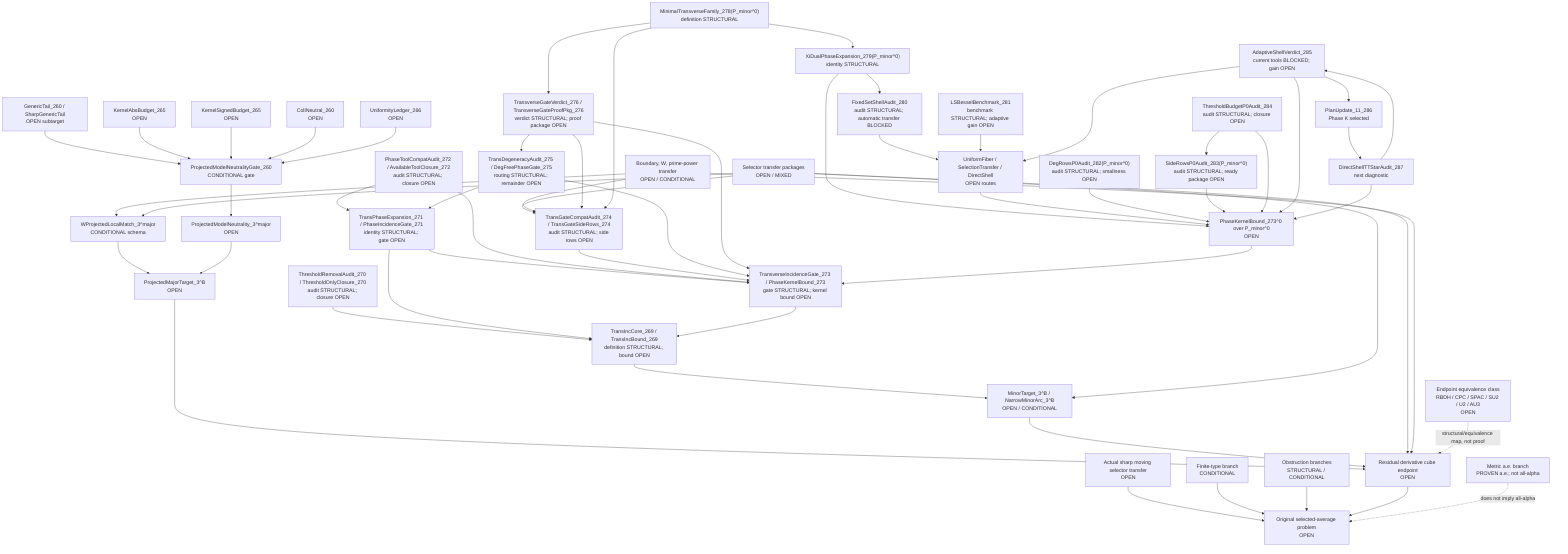
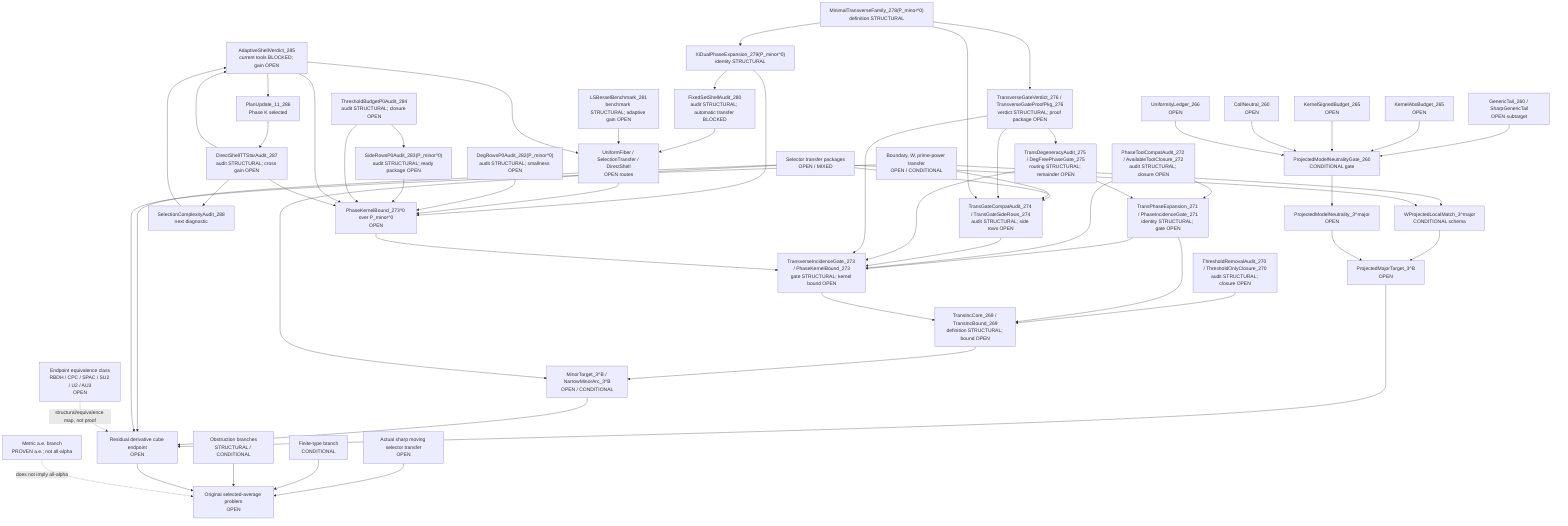
flowchart TD
  Original["Original selected-average problem<br/>OPEN"]
  SharpSel["Actual sharp moving selector transfer<br/>OPEN"]
  FiniteType["Finite-type branch<br/>CONDITIONAL"]
  Metric["Metric a.e. branch<br/>PROVEN a.e.; not all-alpha"]
  Obstruction["Obstruction branches<br/>STRUCTURAL / CONDITIONAL"]

  ResCube["Residual derivative cube endpoint<br/>OPEN"]
  MajorTarget["ProjectedMajorTarget_3^B<br/>OPEN"]
  MinorTarget["MinorTarget_3^B / NarrowMinorArc_3^B<br/>OPEN / CONDITIONAL"]
  TransInc["TransIncCore_269 / TransIncBound_269<br/>definition STRUCTURAL; bound OPEN"]
  ThresholdAudit["ThresholdRemovalAudit_270 / ThresholdOnlyClosure_270<br/>audit STRUCTURAL; closure OPEN"]
  PhaseExpansion["TransPhaseExpansion_271 / PhaseIncidenceGate_271<br/>identity STRUCTURAL; gate OPEN"]
  ToolCompat["PhaseToolCompatAudit_272 / AvailableToolClosure_272<br/>audit STRUCTURAL; closure OPEN"]
  TransGate["TransverseIncidenceGate_273 / PhaseKernelBound_273<br/>gate STRUCTURAL; kernel bound OPEN"]
  TransGateCompat["TransGateCompatAudit_274 / TransGateSideRows_274<br/>audit STRUCTURAL; side rows OPEN"]
  DegAudit["TransDegeneracyAudit_275 / DegFreePhaseGate_275<br/>routing STRUCTURAL; remainder OPEN"]
  TransVerdict["TransverseGateVerdict_276 / TransverseGateProofPkg_276<br/>verdict STRUCTURAL; proof package OPEN"]
  MinTransFamily["MinimalTransverseFamily_278(P_minor^0)<br/>definition STRUCTURAL"]
  XiExpansion["XiDualPhaseExpansion_279(P_minor^0)<br/>identity STRUCTURAL"]
  FixedShellAudit["FixedSetShellAudit_280<br/>audit STRUCTURAL; automatic transfer BLOCKED"]
  FixedShellTransfer["UniformFiber / SelectionTransfer / DirectShell<br/>OPEN routes"]
  LSBesselBench["LSBesselBenchmark_281<br/>benchmark STRUCTURAL; adaptive gain OPEN"]
  DegRowsP0["DegRowsP0Audit_282(P_minor^0)<br/>audit STRUCTURAL; smallness OPEN"]
  SideRowsP0["SideRowsP0Audit_283(P_minor^0)<br/>audit STRUCTURAL; ready package OPEN"]
  ThresholdP0["ThresholdBudgetP0Audit_284<br/>audit STRUCTURAL; closure OPEN"]
  AdaptiveShellP0["AdaptiveShellVerdict_285<br/>current tools BLOCKED; gain OPEN"]
  PlanUpdate11["PlanUpdate_11_286<br/>Phase K selected"]
-   DirectTTStar["DirectShellTTStarAudit_287<br/>next diagnostic"]
+   DirectTTStar["DirectShellTTStarAudit_287<br/>audit STRUCTURAL; cross gain OPEN"]
+   SelectionComplexity["SelectionComplexityAudit_288<br/>next diagnostic"]
  PhaseKernel0["PhaseKernelBound_273^0 over P_minor^0<br/>OPEN"]
  SelectorTransfer["Selector transfer packages<br/>OPEN / MIXED"]
  BoundaryTransfer["Boundary, W, prime-power transfer<br/>OPEN / CONDITIONAL"]

  WLocal["WProjectedLocalMatch_3^major<br/>CONDITIONAL schema"]
  ModelNeutral["ProjectedModelNeutrality_3^major<br/>OPEN"]
  PMNGate["ProjectedModelNeutralityGate_260<br/>CONDITIONAL gate"]
  GenericTail["GenericTail_260 / SharpGenericTail<br/>OPEN subtarget"]
  KernelAbs["KernelAbsBudget_265<br/>OPEN"]
  KernelSigned["KernelSignedBudget_265<br/>OPEN"]
  CollNeutral["CollNeutral_260<br/>OPEN"]
  Uniformity["UniformityLedger_266<br/>OPEN"]

  EndpointClass["Endpoint equivalence class<br/>RBDH / CPC / SPAC / SU2 / U2 / AU3<br/>OPEN"]

  SharpSel --> Original
  FiniteType --> Original
  Obstruction --> Original
  ResCube --> Original
  Metric -. "does not imply all-alpha" .-> Original

  MajorTarget --> ResCube
  MinorTarget --> ResCube
  TransInc --> MinorTarget
  ThresholdAudit --> TransInc
  PhaseExpansion --> TransInc
  ToolCompat --> PhaseExpansion
  TransGate --> TransInc
  PhaseExpansion --> TransGate
  ToolCompat --> TransGate
  TransGateCompat --> TransGate
  SelectorTransfer --> TransGateCompat
  BoundaryTransfer --> TransGateCompat
  DegAudit --> TransGate
  DegAudit --> PhaseExpansion
  TransVerdict --> TransGate
  TransVerdict --> TransGateCompat
  TransVerdict --> DegAudit
  PhaseKernel0 --> TransGate
  MinTransFamily --> XiExpansion
  XiExpansion --> PhaseKernel0
  XiExpansion --> FixedShellAudit
  FixedShellAudit --> FixedShellTransfer
  FixedShellTransfer --> PhaseKernel0
  LSBesselBench --> FixedShellTransfer
  DegRowsP0 --> PhaseKernel0
  SideRowsP0 --> PhaseKernel0
  ThresholdP0 --> SideRowsP0
  ThresholdP0 --> PhaseKernel0
  AdaptiveShellP0 --> PhaseKernel0
  AdaptiveShellP0 --> FixedShellTransfer
  AdaptiveShellP0 --> PlanUpdate11
  PlanUpdate11 --> DirectTTStar
  DirectTTStar --> AdaptiveShellP0
  DirectTTStar --> PhaseKernel0
+   DirectTTStar --> SelectionComplexity
+   SelectionComplexity --> AdaptiveShellP0
  MinTransFamily --> TransGateCompat
  MinTransFamily --> TransVerdict
  SelectorTransfer --> ResCube
  BoundaryTransfer --> ResCube
  EndpointClass -. "structural/equivalence map, not proof" .-> ResCube

  WLocal --> MajorTarget
  ModelNeutral --> MajorTarget

  PMNGate --> ModelNeutral
  GenericTail --> PMNGate
  KernelAbs --> PMNGate
  KernelSigned --> PMNGate
  CollNeutral --> PMNGate
  Uniformity --> PMNGate

  BoundaryTransfer --> WLocal
  SelectorTransfer --> WLocal
  SelectorTransfer --> MinorTarget
